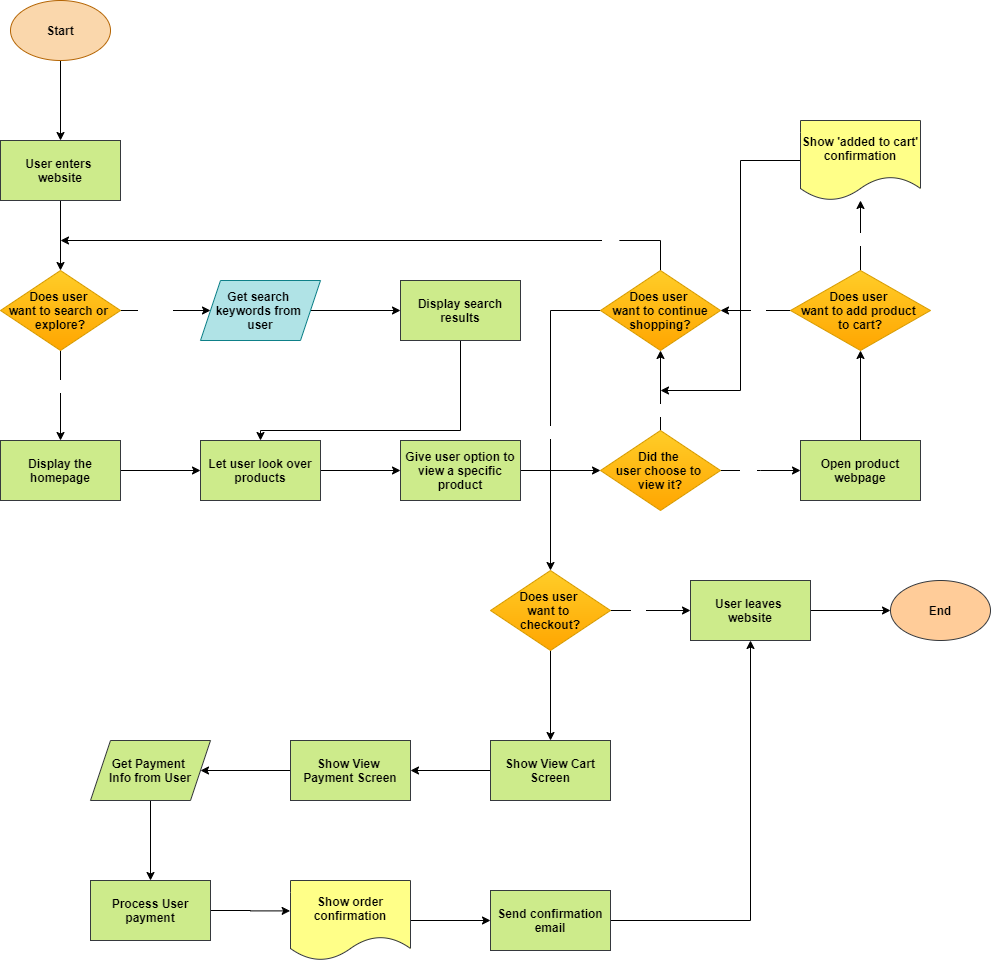
Earlier version of the draw.io export part2/part2.drawio.png (MZ-K/wi21-cse110-lab4). Source tidied: cells renumbered, new cells last; positions are measured from the earlier drawing's top-left corner, leaving out a move shared by most shapes.
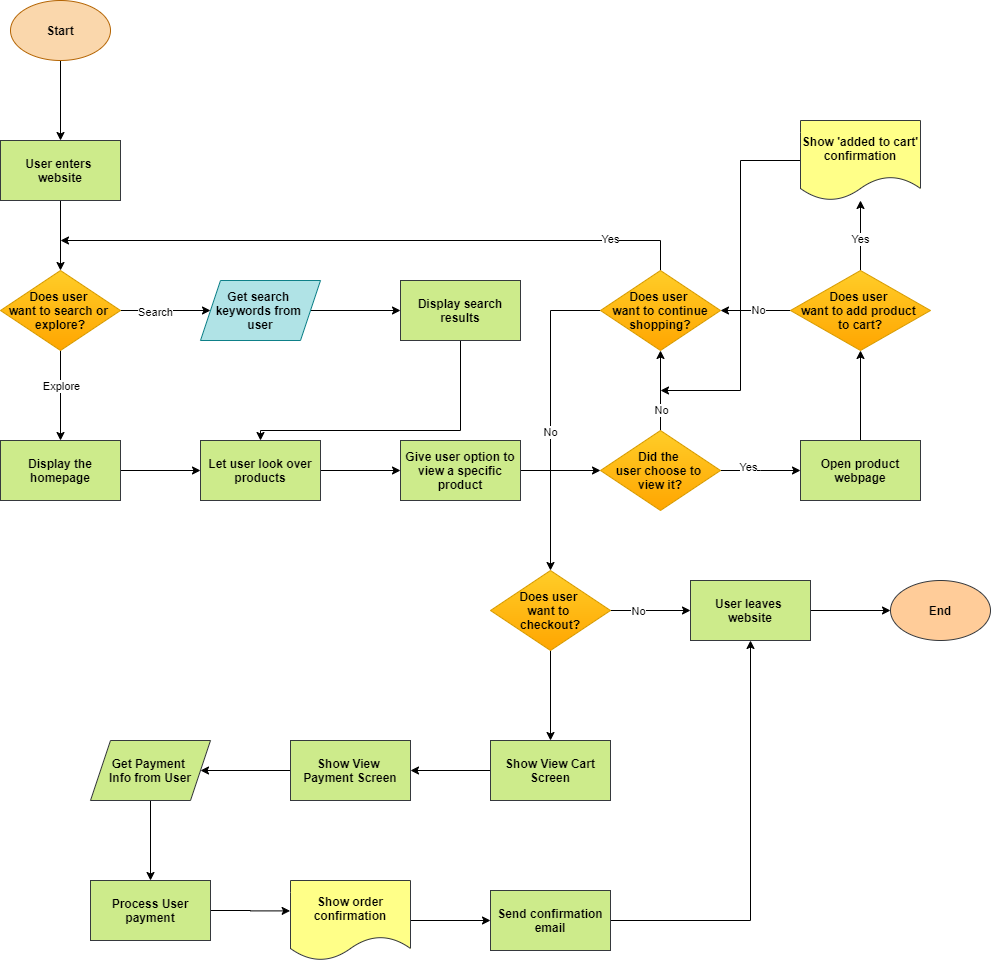
After the commit.

Commit message:
updated part 2 flowchart

The edit, as a diff of the source:
```diff
@@ -16,7 +16,7 @@
     <mxCell id="5" style="edgeStyle=orthogonalEdgeStyle;rounded=0;jettySize=auto;html=1;fontColor=#000000;" parent="1" edge="1" source="9" target="11">
       <mxGeometry relative="1" as="geometry" />
     </mxCell>
-    <mxCell id="6" value="&lt;font color=&quot;#ffffff&quot;&gt;Explore&lt;/font&gt;" style="edgeLabel;html=1;align=center;verticalAlign=middle;fontColor=#000000;" parent="5" vertex="1">
+    <mxCell id="6" value="&lt;font&gt;Explore&lt;/font&gt;" style="edgeLabel;html=1;align=center;verticalAlign=middle;fontColor=#000000;" parent="5" vertex="1">
       <mxGeometry x="-0.23" relative="1" as="geometry" />
     </mxCell>
     <mxCell id="7" style="edgeStyle=orthogonalEdgeStyle;rounded=0;jettySize=auto;html=1;fontColor=#000000;" parent="1" edge="1" source="9" target="13">
@@ -27,7 +27,7 @@
         </Array>
       </mxGeometry>
     </mxCell>
-    <mxCell id="8" value="&lt;font color=&quot;#ffffff&quot;&gt;Search&lt;/font&gt;" style="edgeLabel;html=1;align=center;verticalAlign=middle;fontColor=#000000;" parent="7" vertex="1">
+    <mxCell id="8" value="&lt;font&gt;Search&lt;/font&gt;" style="edgeLabel;html=1;align=center;verticalAlign=middle;fontColor=#000000;" parent="7" vertex="1">
       <mxGeometry x="-0.25" y="-1" relative="1" as="geometry" />
     </mxCell>
     <mxCell id="9" value="&lt;b&gt;Does user &lt;br&gt;want to search or &lt;br&gt;explore?&lt;/b&gt;" style="rhombus;whiteSpace=wrap;html=1;strokeColor=#d79b00;fillColor=#ffcd28;gradientColor=#ffa500;" parent="1" vertex="1">
@@ -72,7 +72,7 @@
     <mxCell id="20" style="edgeStyle=orthogonalEdgeStyle;rounded=0;jettySize=auto;html=1;fontColor=#000000;" parent="1" edge="1" source="23" target="27">
       <mxGeometry relative="1" as="geometry" />
     </mxCell>
-    <mxCell id="21" value="&lt;font color=&quot;#ffffff&quot;&gt;No&lt;/font&gt;" style="edgeLabel;html=1;align=center;verticalAlign=middle;fontColor=#000000;" parent="20" vertex="1">
+    <mxCell id="21" value="&lt;font&gt;No&lt;/font&gt;" style="edgeLabel;html=1;align=center;verticalAlign=middle;fontColor=#000000;" parent="20" vertex="1">
       <mxGeometry x="0.28" y="-3" relative="1" as="geometry">
         <mxPoint x="-3" y="30" as="offset" />
       </mxGeometry>
@@ -96,7 +96,7 @@
         </Array>
       </mxGeometry>
     </mxCell>
-    <mxCell id="25" value="&lt;font color=&quot;#ffffff&quot;&gt;Yes&lt;/font&gt;" style="edgeLabel;html=1;align=center;verticalAlign=middle;fontColor=#000000;" parent="24" vertex="1">
+    <mxCell id="25" value="&lt;font&gt;Yes&lt;/font&gt;" style="edgeLabel;html=1;align=center;verticalAlign=middle;fontColor=#000000;" parent="24" vertex="1">
       <mxGeometry x="-0.74" y="-2" relative="1" as="geometry" />
     </mxCell>
     <mxCell id="26" style="edgeStyle=orthogonalEdgeStyle;rounded=0;jettySize=auto;html=1;exitX=0;exitY=0.5;exitDx=0;exitDy=0;fontColor=#000000;" parent="1" edge="1" source="27">
@@ -113,7 +113,7 @@
     <mxCell id="29" value="&lt;b&gt;&lt;font color=&quot;#000000&quot;&gt;Open product webpage&lt;/font&gt;&lt;/b&gt;" style="whiteSpace=wrap;html=1;strokeColor=#36393d;fillColor=#cdeb8b;" parent="1" vertex="1">
       <mxGeometry x="800" y="440" width="120" height="60" as="geometry" />
     </mxCell>
-    <mxCell id="30" value="&lt;font color=&quot;#ffffff&quot;&gt;Yes&lt;br&gt;&lt;/font&gt;" style="edgeLabel;html=1;align=center;verticalAlign=middle;fontColor=#000000;" parent="1" vertex="1">
+    <mxCell id="30" value="&lt;font&gt;Yes&lt;br&gt;&lt;/font&gt;" style="edgeLabel;html=1;align=center;verticalAlign=middle;fontColor=#000000;" parent="1" vertex="1">
       <mxGeometry x="673" y="390" as="geometry">
         <mxPoint x="74" y="76" as="offset" />
       </mxGeometry>
@@ -127,12 +127,12 @@
     <mxCell id="33" value="&lt;b&gt;Does user &lt;br&gt;want to add product &lt;br&gt;to cart?&lt;/b&gt;" style="rhombus;whiteSpace=wrap;html=1;strokeColor=#d79b00;fillColor=#ffcd28;gradientColor=#ffa500;" parent="1" vertex="1">
       <mxGeometry x="790" y="270" width="140" height="80" as="geometry" />
     </mxCell>
-    <mxCell id="34" value="&lt;font color=&quot;#ffffff&quot;&gt;No&lt;/font&gt;" style="edgeLabel;html=1;align=center;verticalAlign=middle;fontColor=#000000;" parent="1" vertex="1">
+    <mxCell id="34" value="&lt;font&gt;No&lt;/font&gt;" style="edgeLabel;html=1;align=center;verticalAlign=middle;fontColor=#000000;" parent="1" vertex="1">
       <mxGeometry x="673" y="389" as="geometry">
         <mxPoint x="84" y="-80" as="offset" />
       </mxGeometry>
     </mxCell>
-    <mxCell id="35" value="&lt;font color=&quot;#ffffff&quot;&gt;No&lt;/font&gt;" style="edgeLabel;html=1;align=center;verticalAlign=middle;fontColor=#000000;" parent="1" vertex="1">
+    <mxCell id="35" value="&lt;font&gt;No&lt;/font&gt;" style="edgeLabel;html=1;align=center;verticalAlign=middle;fontColor=#000000;" parent="1" vertex="1">
       <mxGeometry x="683" y="440" as="geometry">
         <mxPoint x="-134" y="-9" as="offset" />
       </mxGeometry>
@@ -149,7 +149,7 @@
     <mxCell id="37" value="&lt;b&gt;Show 'added to cart' confirmation&lt;/b&gt;" style="shape=document;whiteSpace=wrap;html=1;boundedLbl=1;strokeColor=#36393d;fillColor=#ffff88;fontColor=#000000;" parent="1" vertex="1">
       <mxGeometry x="800" y="120" width="120" height="80" as="geometry" />
     </mxCell>
-    <mxCell id="38" value="&lt;font color=&quot;#ffffff&quot;&gt;Yes&lt;br&gt;&lt;/font&gt;" style="edgeLabel;html=1;align=center;verticalAlign=middle;fontColor=#000000;" parent="1" vertex="1">
+    <mxCell id="38" value="&lt;font&gt;Yes&lt;br&gt;&lt;/font&gt;" style="edgeLabel;html=1;align=center;verticalAlign=middle;fontColor=#000000;" parent="1" vertex="1">
       <mxGeometry x="693" y="409" as="geometry">
         <mxPoint x="166" y="-171" as="offset" />
       </mxGeometry>
@@ -175,7 +175,7 @@
     <mxCell id="45" value="&lt;font color=&quot;#000000&quot;&gt;&lt;b&gt;End&lt;/b&gt;&lt;/font&gt;" style="ellipse;whiteSpace=wrap;html=1;strokeColor=#36393d;fillColor=#ffcc99;" parent="1" vertex="1">
       <mxGeometry x="890" y="580" width="100" height="60" as="geometry" />
     </mxCell>
-    <mxCell id="46" value="&lt;font color=&quot;#ffffff&quot;&gt;No&lt;/font&gt;" style="edgeLabel;html=1;align=center;verticalAlign=middle;fontColor=#000000;" parent="1" vertex="1">
+    <mxCell id="46" value="&lt;font&gt;No&lt;/font&gt;" style="edgeLabel;html=1;align=center;verticalAlign=middle;fontColor=#000000;" parent="1" vertex="1">
       <mxGeometry x="703" y="419" as="geometry">
         <mxPoint x="-66" y="191" as="offset" />
       </mxGeometry>
```
